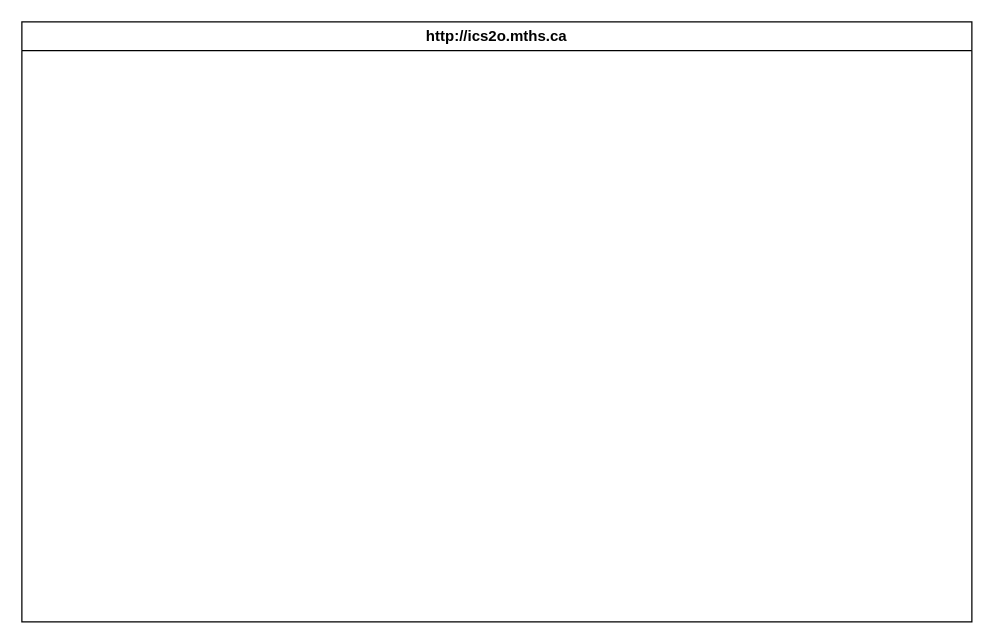
This is design/storyboard.drawio from MTHS-ICS2O-2-2022/ICS2O-Unit-5-06-timbradyy, a draw.io file, before an edit. Source tidied: cells renumbered, new cells numbered last; positions are measured from the earlier drawing's top-left corner, leaving out a move shared by most shapes. Both pictures are drawn from the tidied source at 125%, with x=0, y=0 at pixel (21, 21).
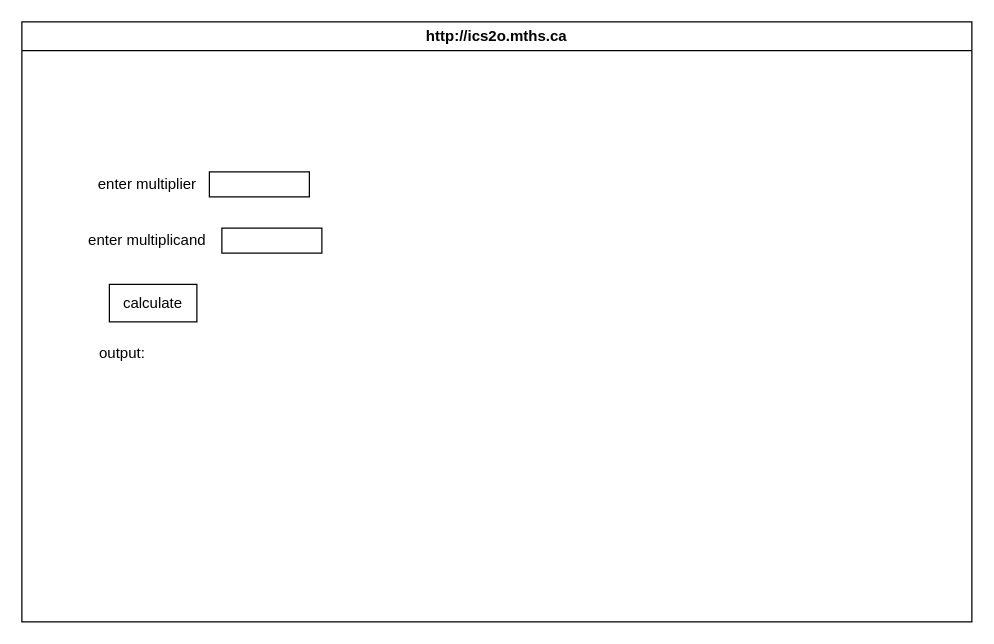
Above is the later version.

The edit, as a diff of the source:
```diff
@@
 <mxGraphModel>
   <root>
     <mxCell id="0" />
     <mxCell id="1" parent="0" />
     <mxCell id="2" value="http://ics2o.mths.ca" style="swimlane;whiteSpace=wrap;html=1;" parent="1" vertex="1">
       <mxGeometry width="760" height="480" as="geometry" />
     </mxCell>
+    <mxCell id="3" value="enter multiplicand" style="text;html=1;align=center;verticalAlign=middle;strokeColor=none;fillColor=none;" parent="2" vertex="1">
+      <mxGeometry x="40" y="160" width="120" height="30" as="geometry" />
+    </mxCell>
+    <mxCell id="4" value="enter multiplier" style="text;html=1;align=center;verticalAlign=middle;strokeColor=none;fillColor=none;" parent="2" vertex="1">
+      <mxGeometry x="50" y="115" width="100" height="30" as="geometry" />
+    </mxCell>
+    <mxCell id="5" style="whiteSpace=wrap;html=1;" parent="2" vertex="1">
+      <mxGeometry x="150" y="120" width="80" height="20" as="geometry" />
+    </mxCell>
+    <mxCell id="6" style="whiteSpace=wrap;html=1;" parent="2" vertex="1">
+      <mxGeometry x="160" y="165" width="80" height="20" as="geometry" />
+    </mxCell>
+    <mxCell id="7" value="calculate" style="whiteSpace=wrap;html=1;" parent="2" vertex="1">
+      <mxGeometry x="70" y="210" width="70" height="30" as="geometry" />
+    </mxCell>
+    <mxCell id="8" value="output:" style="text;html=1;align=center;verticalAlign=middle;strokeColor=none;fillColor=none;" parent="2" vertex="1">
+      <mxGeometry x="50" y="250" width="60" height="30" as="geometry" />
+    </mxCell>
   </root>
 </mxGraphModel>
```
